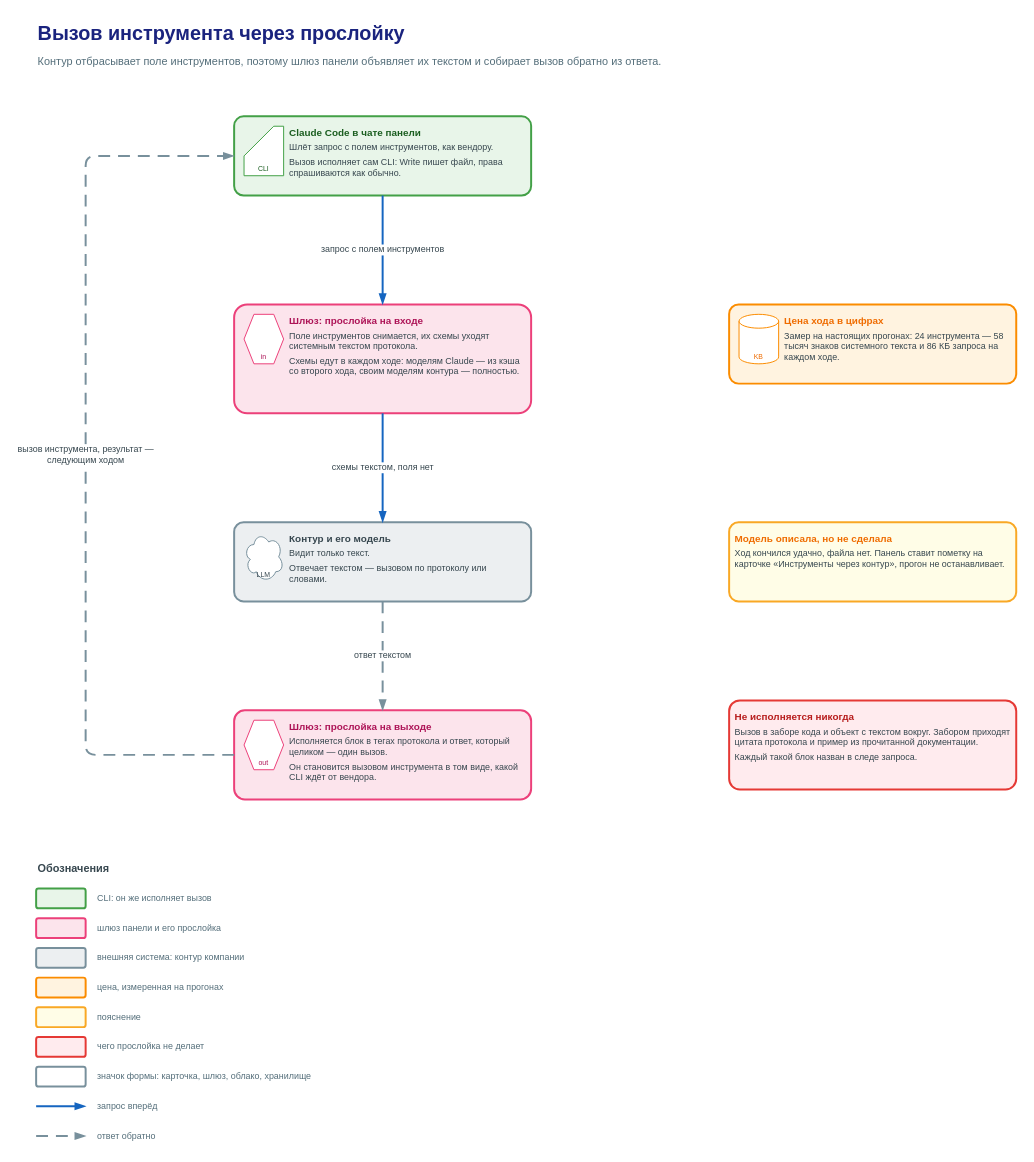
Earlier version of the draw.io diagram page "4. Вызов инструмента через прослойку" (4 of 4) of docs/diagrams/platform-guide/platform-guide.drawio (rusyander/claude-control). Source tidied: cells renumbered, new cells numbered last; positions are measured from the earlier drawing's top-left corner, leaving out a move shared by most shapes. Both pictures are drawn from the tidied source at 99%, with x=0, y=0 at pixel (36, 17).
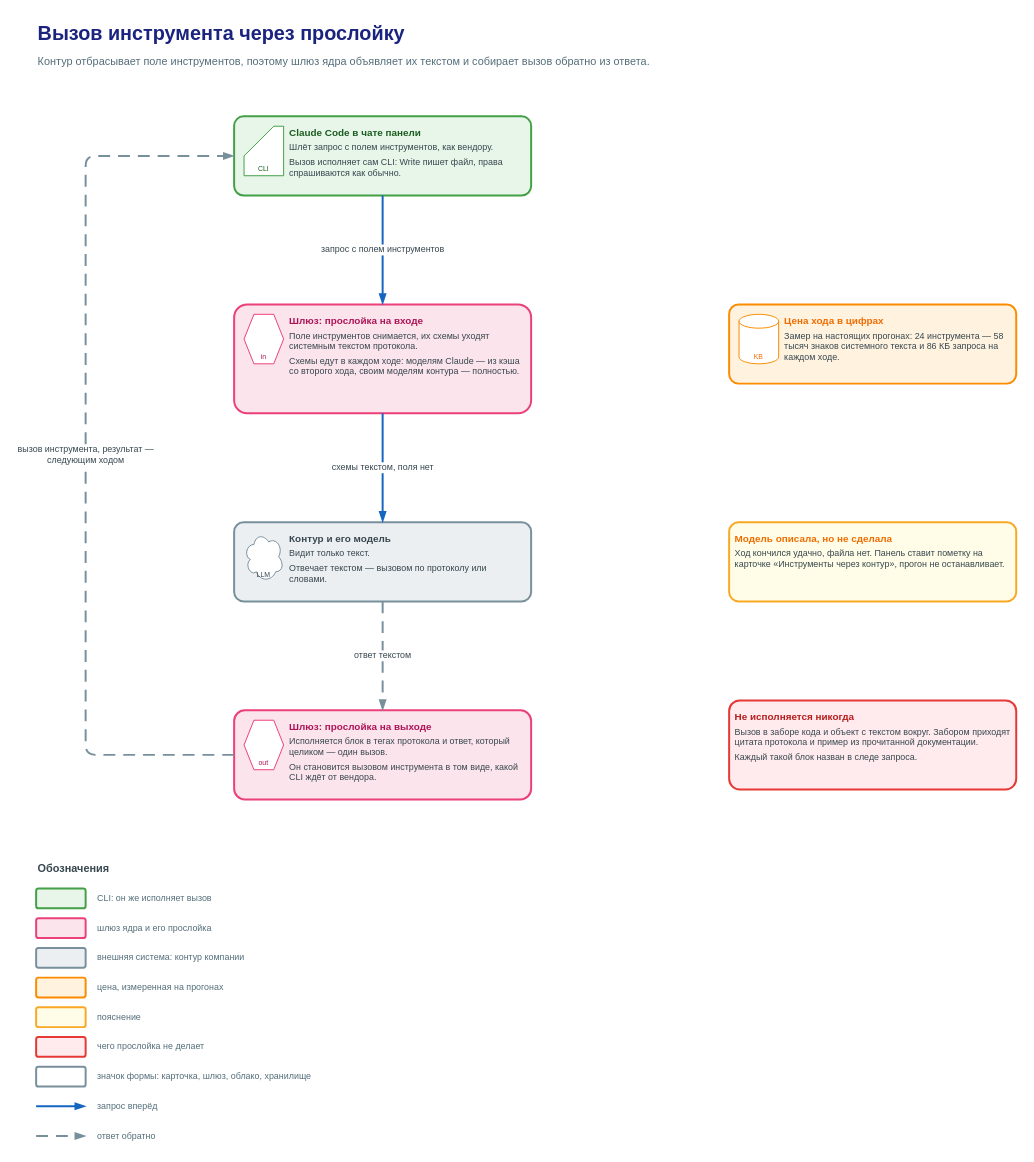
Above is the later version.

The edit, as a diff of the source:
```diff
@@
-    <mxCell id="3" value="Контур отбрасывает поле инструментов, поэтому шлюз панели объявляет их текстом и собирает вызов обратно из ответа." style="text;html=1;whiteSpace=wrap;align=left;verticalAlign=middle;fontSize=11;fontColor=#546E7A;" parent="1" vertex="1">
+    <mxCell id="3" value="Контур отбрасывает поле инструментов, поэтому шлюз ядра объявляет их текстом и собирает вызов обратно из ответа." style="text;html=1;whiteSpace=wrap;align=left;verticalAlign=middle;fontSize=11;fontColor=#546E7A;" parent="1" vertex="1">
       <mxGeometry y="30" width="760" height="30" as="geometry" />
     </mxCell>
@@
-    <mxCell id="24" value="шлюз панели и его прослойка" style="text;html=1;whiteSpace=wrap;align=left;verticalAlign=middle;fontSize=9;fontColor=#546E7A;verticalAlign=middle;sample=1;" parent="1" vertex="1">
+    <mxCell id="24" value="шлюз ядра и его прослойка" style="text;html=1;whiteSpace=wrap;align=left;verticalAlign=middle;fontSize=9;fontColor=#546E7A;verticalAlign=middle;sample=1;" parent="1" vertex="1">
       <mxGeometry x="60" y="910" width="280" height="20" as="geometry" />
     </mxCell>
```
